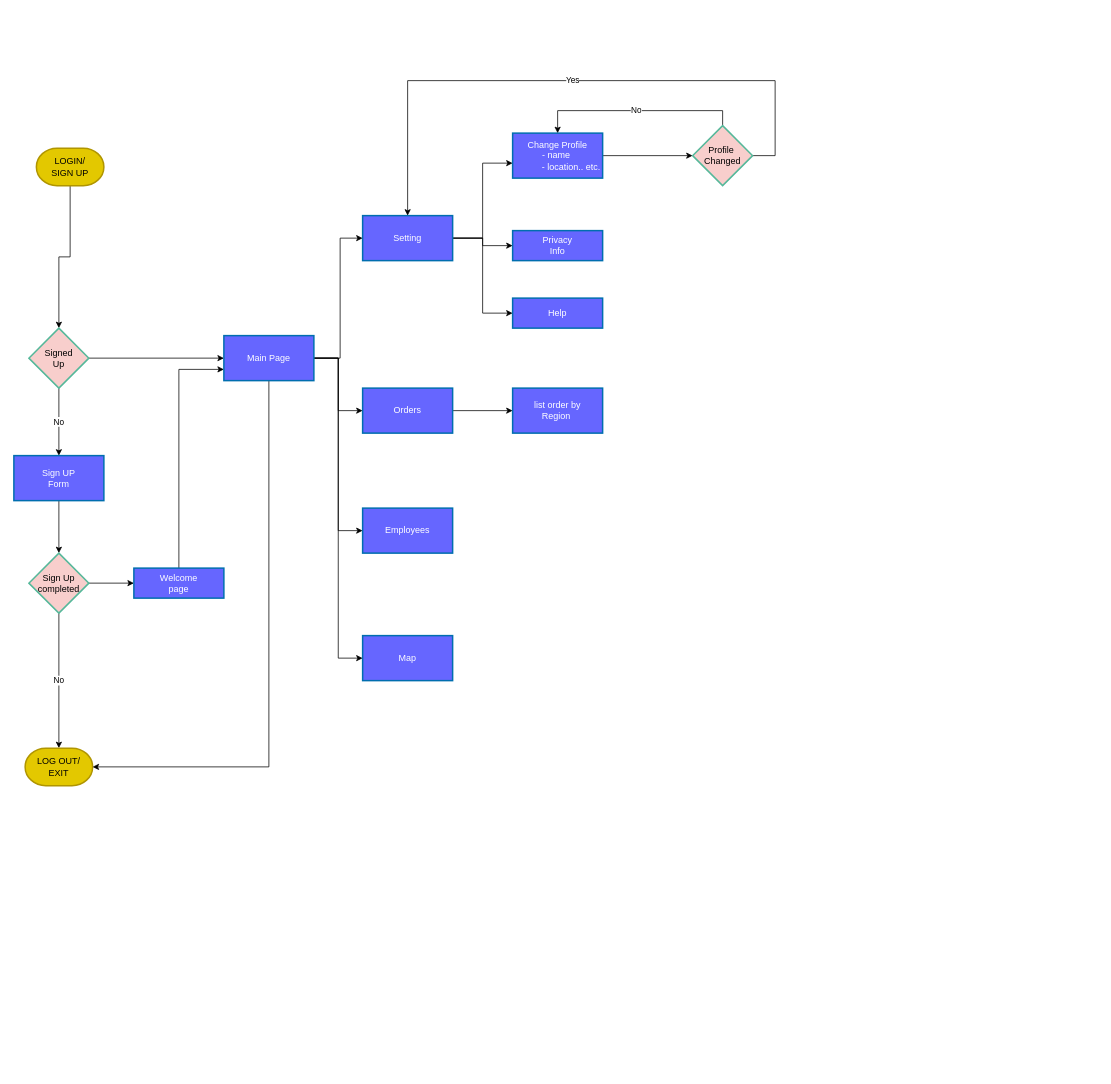
Before: designing files/manageruserflowchart.drawio in Amares03/MERKEB, a draw.io diagram. Source tidied: cells renumbered, new cells numbered last; positions are measured from the earlier drawing's top-left corner, leaving out a move shared by most shapes. Both pictures are drawn from the tidied source at 75%, with x=0, y=0 at pixel (14, 80).
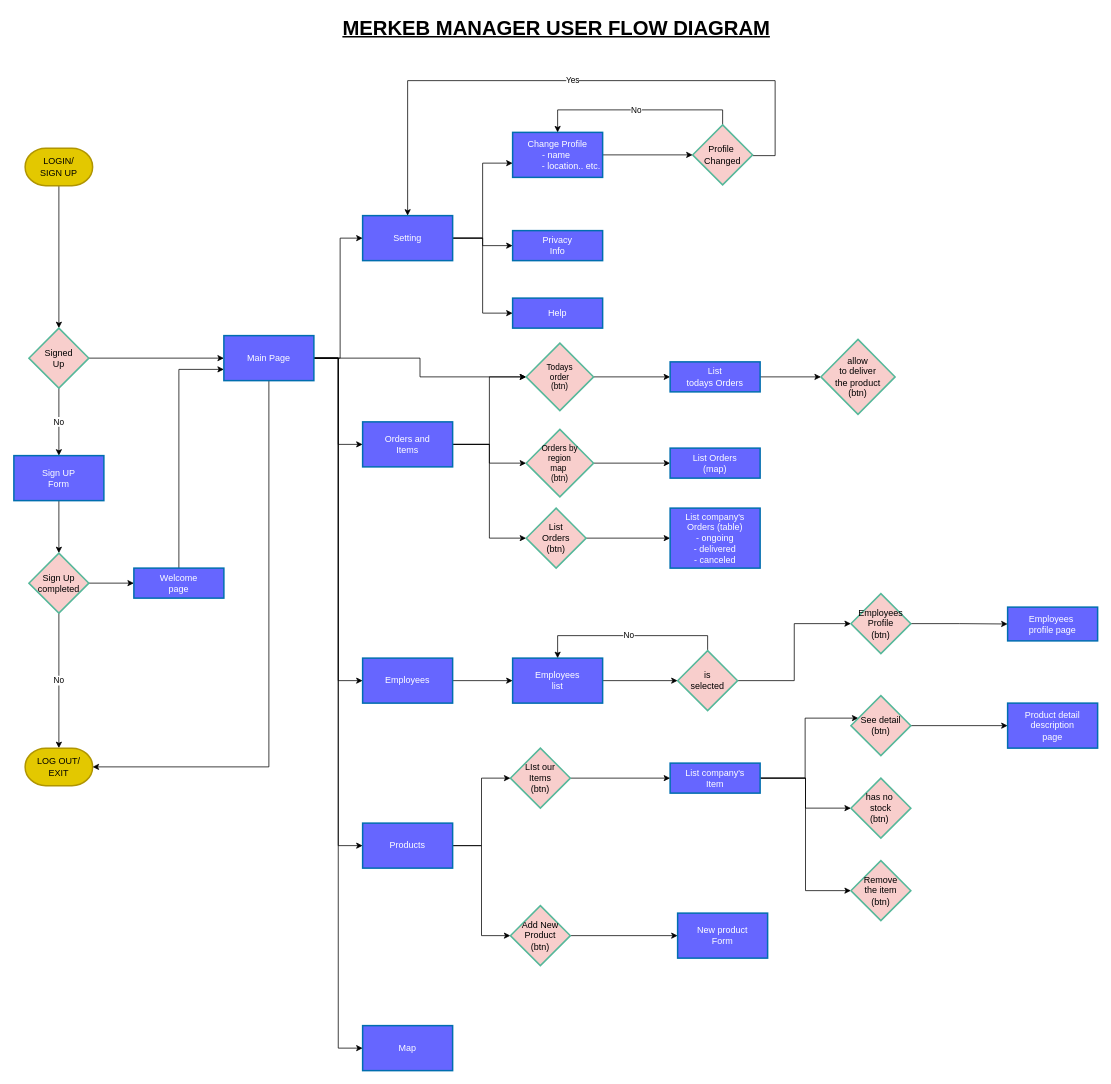
The same page after the edit.

Commit message (it also covers changes not shown here):
making flow chart diagrams which is customers managers employees diagram

Unchanged cells that the change refers to:
```xml
<mxCell id="22" value="Main Page" style="whiteSpace=wrap;html=1;fillColor=#6666FF;strokeColor=#006EAF;strokeWidth=2;fontColor=#ffffff;" parent="1" vertex="1">
  <mxGeometry x="280" y="340" width="120" height="60" as="geometry" />
</mxCell>
```

The edit, as a diff of the source:
```diff
@@
     <mxCell id="7" value="LOGIN/&lt;br&gt;SIGN UP" style="strokeWidth=2;html=1;shape=mxgraph.flowchart.terminator;whiteSpace=wrap;fillColor=#e3c800;fontColor=#000000;strokeColor=#B09500;" parent="1" vertex="1">
-      <mxGeometry x="30" y="90" width="90" height="50" as="geometry" />
+      <mxGeometry x="15" y="90" width="90" height="50" as="geometry" />
     </mxCell>
@@
+    <mxCell id="41" style="edgeStyle=orthogonalEdgeStyle;rounded=0;jettySize=auto;html=1;exitX=1;exitY=0.5;exitDx=0;exitDy=0;entryX=0;entryY=0.5;entryDx=0;entryDy=0;fontSize=11;" parent="1" edge="1" source="22" target="69">
+      <mxGeometry relative="1" as="geometry" />
+    </mxCell>
+    <mxCell id="42" style="edgeStyle=orthogonalEdgeStyle;rounded=0;jettySize=auto;html=1;exitX=1;exitY=0.5;exitDx=0;exitDy=0;fontSize=11;" parent="1" edge="1" source="22" target="78">
+      <mxGeometry relative="1" as="geometry" />
+    </mxCell>
@@
     <mxCell id="30" value="Change Profile&lt;br&gt;- name&amp;nbsp;&lt;br&gt;&amp;nbsp; &amp;nbsp; &amp;nbsp; &amp;nbsp; &amp;nbsp; &amp;nbsp;- location.. etc." style="whiteSpace=wrap;html=1;fillColor=#6666FF;strokeColor=#006EAF;fontColor=#ffffff;strokeWidth=2;" parent="1" vertex="1">
-      <mxGeometry x="665" y="70" width="120" height="60" as="geometry" />
+      <mxGeometry x="665" y="69" width="120" height="60" as="geometry" />
     </mxCell>
@@
     <mxCell id="33" value="Profile&amp;nbsp;&lt;br&gt;Changed" style="rhombus;whiteSpace=wrap;html=1;fillColor=#F8CECC;strokeColor=#55B89A;fontColor=default;strokeWidth=2;" parent="1" vertex="1">
-      <mxGeometry x="905" y="60" width="80" height="80" as="geometry" />
+      <mxGeometry x="905" y="59" width="80" height="80" as="geometry" />
     </mxCell>
@@
-    <mxCell id="36" style="edgeStyle=orthogonalEdgeStyle;rounded=0;jettySize=auto;html=1;" parent="1" edge="1" source="37" target="38">
-      <mxGeometry relative="1" as="geometry" />
-    </mxCell>
+    <mxCell id="43" style="edgeStyle=orthogonalEdgeStyle;rounded=0;jettySize=auto;html=1;exitX=1;exitY=0.5;exitDx=0;exitDy=0;" parent="1" edge="1" source="37" target="55">
+      <mxGeometry relative="1" as="geometry" />
+    </mxCell>
+    <mxCell id="44" style="edgeStyle=orthogonalEdgeStyle;rounded=0;jettySize=auto;html=1;exitX=1;exitY=0.5;exitDx=0;exitDy=0;entryX=0;entryY=0.5;entryDx=0;entryDy=0;fontSize=11;" parent="1" edge="1" source="37" target="57">
+      <mxGeometry relative="1" as="geometry" />
+    </mxCell>
+    <mxCell id="45" style="edgeStyle=orthogonalEdgeStyle;rounded=0;jettySize=auto;html=1;exitX=1;exitY=0.5;exitDx=0;exitDy=0;entryX=0;entryY=0.5;entryDx=0;entryDy=0;fontSize=11;" parent="1" edge="1" source="37" target="78">
+      <mxGeometry relative="1" as="geometry" />
+    </mxCell>
-    <mxCell id="37" value="Orders" style="whiteSpace=wrap;html=1;fillColor=#6666FF;strokeColor=#006EAF;fontColor=#ffffff;strokeWidth=2;" parent="1" vertex="1">
-      <mxGeometry x="465" y="410" width="120" height="60" as="geometry" />
+    <mxCell id="37" value="Orders and&lt;br&gt;Items" style="whiteSpace=wrap;html=1;fillColor=#6666FF;strokeColor=#006EAF;fontColor=#ffffff;strokeWidth=2;" parent="1" vertex="1">
+      <mxGeometry x="465" y="455" width="120" height="60" as="geometry" />
     </mxCell>
-    <mxCell id="38" value="list order by&lt;br&gt;Region&amp;nbsp;" style="whiteSpace=wrap;html=1;fillColor=#6666FF;strokeColor=#006EAF;fontColor=#ffffff;strokeWidth=2;" parent="1" vertex="1">
-      <mxGeometry x="665" y="410" width="120" height="60" as="geometry" />
-    </mxCell>
+    <mxCell id="46" style="edgeStyle=orthogonalEdgeStyle;rounded=0;jettySize=auto;html=1;fontSize=11;" parent="1" edge="1" source="39" target="61">
+      <mxGeometry relative="1" as="geometry" />
+    </mxCell>
     <mxCell id="39" value="Employees" style="whiteSpace=wrap;html=1;fillColor=#6666FF;strokeColor=#006EAF;fontColor=#ffffff;strokeWidth=2;" parent="1" vertex="1">
-      <mxGeometry x="465" y="570" width="120" height="60" as="geometry" />
+      <mxGeometry x="465" y="770" width="120" height="60" as="geometry" />
     </mxCell>
     <mxCell id="40" value="Map" style="whiteSpace=wrap;html=1;fillColor=#6666FF;strokeColor=#006EAF;fontColor=#ffffff;strokeWidth=2;" parent="1" vertex="1">
-      <mxGeometry x="465" y="740" width="120" height="60" as="geometry" />
+      <mxGeometry x="465" y="1260" width="120" height="60" as="geometry" />
     </mxCell>
+    <mxCell id="47" style="edgeStyle=orthogonalEdgeStyle;rounded=0;jettySize=auto;html=1;fontSize=11;" parent="1" edge="1" source="50" target="75">
+      <mxGeometry relative="1" as="geometry">
+        <Array as="points">
+          <mxPoint x="1055" y="930" />
+          <mxPoint x="1055" y="850" />
+        </Array>
+      </mxGeometry>
+    </mxCell>
+    <mxCell id="48" style="edgeStyle=orthogonalEdgeStyle;rounded=0;jettySize=auto;html=1;exitX=1;exitY=0.5;exitDx=0;exitDy=0;entryX=0;entryY=0.5;entryDx=0;entryDy=0;fontSize=11;" parent="1" edge="1" source="50" target="81">
+      <mxGeometry relative="1" as="geometry" />
+    </mxCell>
+    <mxCell id="49" style="edgeStyle=orthogonalEdgeStyle;rounded=0;jettySize=auto;html=1;exitX=1;exitY=0.5;exitDx=0;exitDy=0;entryX=0;entryY=0.5;entryDx=0;entryDy=0;fontSize=11;" parent="1" edge="1" source="50" target="82">
+      <mxGeometry relative="1" as="geometry" />
+    </mxCell>
+    <mxCell id="50" value="List company's&lt;br&gt;Item" style="whiteSpace=wrap;html=1;fillColor=#6666FF;strokeColor=#006EAF;fontColor=#ffffff;strokeWidth=2;" parent="1" vertex="1">
+      <mxGeometry x="875" y="910" width="120" height="40" as="geometry" />
+    </mxCell>
+    <mxCell id="51" value="allow&lt;br&gt;to deliver&lt;br&gt;the product&lt;br&gt;(btn)" style="rhombus;whiteSpace=wrap;html=1;fillColor=#F8CECC;strokeColor=#55B89A;fontColor=default;strokeWidth=2;" parent="1" vertex="1">
+      <mxGeometry x="1076" y="345" width="99" height="100" as="geometry" />
+    </mxCell>
+    <mxCell id="52" style="edgeStyle=orthogonalEdgeStyle;rounded=0;jettySize=auto;html=1;exitX=1;exitY=0.5;exitDx=0;exitDy=0;fontSize=11;" parent="1" edge="1" source="53" target="50">
+      <mxGeometry relative="1" as="geometry" />
+    </mxCell>
+    <mxCell id="53" value="LIst our&lt;br&gt;Items&lt;br&gt;(btn)" style="rhombus;whiteSpace=wrap;html=1;fillColor=#F8CECC;strokeColor=#55B89A;fontColor=default;strokeWidth=2;" parent="1" vertex="1">
+      <mxGeometry x="662" y="890" width="80" height="80" as="geometry" />
+    </mxCell>
+    <mxCell id="54" style="edgeStyle=orthogonalEdgeStyle;rounded=0;jettySize=auto;html=1;exitX=1;exitY=0.5;exitDx=0;exitDy=0;fontSize=11;" parent="1" edge="1" source="55" target="58">
+      <mxGeometry relative="1" as="geometry" />
+    </mxCell>
+    <mxCell id="55" value="Orders by&lt;br style=&quot;font-size: 11px;&quot;&gt;region&lt;br style=&quot;font-size: 11px;&quot;&gt;map&amp;nbsp;&lt;br style=&quot;font-size: 11px;&quot;&gt;(btn)" style="rhombus;whiteSpace=wrap;html=1;fillColor=#F8CECC;strokeColor=#55B89A;fontColor=default;strokeWidth=2;fontSize=11;" parent="1" vertex="1">
+      <mxGeometry x="683" y="465" width="90" height="90" as="geometry" />
+    </mxCell>
+    <mxCell id="56" style="edgeStyle=orthogonalEdgeStyle;rounded=0;jettySize=auto;html=1;exitX=1;exitY=0.5;exitDx=0;exitDy=0;fontSize=11;" parent="1" edge="1" source="57" target="59">
+      <mxGeometry relative="1" as="geometry" />
+    </mxCell>
+    <mxCell id="57" value="List&lt;br&gt;Orders&lt;br&gt;(btn)" style="rhombus;whiteSpace=wrap;html=1;fillColor=#F8CECC;strokeColor=#55B89A;fontColor=default;strokeWidth=2;" parent="1" vertex="1">
+      <mxGeometry x="683" y="570" width="80" height="80" as="geometry" />
+    </mxCell>
+    <mxCell id="58" value="List Orders&lt;br&gt;(map)" style="whiteSpace=wrap;html=1;fillColor=#6666FF;strokeColor=#006EAF;fontColor=#ffffff;strokeWidth=2;" parent="1" vertex="1">
+      <mxGeometry x="875" y="490" width="120" height="40" as="geometry" />
+    </mxCell>
+    <mxCell id="59" value="List company's&lt;br&gt;Orders (table)&lt;br&gt;- ongoing&lt;br&gt;- delivered&lt;br&gt;- canceled" style="whiteSpace=wrap;html=1;fillColor=#6666FF;strokeColor=#006EAF;fontColor=#ffffff;strokeWidth=2;" parent="1" vertex="1">
+      <mxGeometry x="875" y="570" width="120" height="80" as="geometry" />
+    </mxCell>
+    <mxCell id="60" style="edgeStyle=orthogonalEdgeStyle;rounded=0;jettySize=auto;html=1;fontSize=11;" parent="1" edge="1" source="61" target="64">
+      <mxGeometry relative="1" as="geometry" />
+    </mxCell>
+    <mxCell id="61" value="Employees&lt;br&gt;list" style="whiteSpace=wrap;html=1;fillColor=#6666FF;strokeColor=#006EAF;fontColor=#ffffff;strokeWidth=2;" parent="1" vertex="1">
+      <mxGeometry x="665" y="770" width="120" height="60" as="geometry" />
+    </mxCell>
+    <mxCell id="62" value="No" style="edgeStyle=orthogonalEdgeStyle;rounded=0;jettySize=auto;html=1;exitX=0.5;exitY=0;exitDx=0;exitDy=0;entryX=0.5;entryY=0;entryDx=0;entryDy=0;fontSize=11;" parent="1" edge="1" source="64" target="61">
+      <mxGeometry relative="1" as="geometry" />
+    </mxCell>
+    <mxCell id="63" style="edgeStyle=orthogonalEdgeStyle;rounded=0;jettySize=auto;html=1;fontSize=11;" parent="1" edge="1" source="64" target="66">
+      <mxGeometry relative="1" as="geometry" />
+    </mxCell>
+    <mxCell id="64" value="is &lt;br&gt;selected" style="rhombus;whiteSpace=wrap;html=1;fillColor=#F8CECC;strokeColor=#55B89A;fontColor=default;strokeWidth=2;" parent="1" vertex="1">
+      <mxGeometry x="885" y="760" width="80" height="80" as="geometry" />
+    </mxCell>
+    <mxCell id="65" style="edgeStyle=orthogonalEdgeStyle;rounded=0;jettySize=auto;html=1;fontSize=11;" parent="1" edge="1" source="66" target="73">
+      <mxGeometry relative="1" as="geometry" />
+    </mxCell>
+    <mxCell id="66" value="Employees&lt;br&gt;Profile&lt;br&gt;(btn)" style="rhombus;whiteSpace=wrap;html=1;fillColor=#F8CECC;strokeColor=#55B89A;fontColor=default;strokeWidth=2;" parent="1" vertex="1">
+      <mxGeometry x="1116" y="684" width="80" height="80" as="geometry" />
+    </mxCell>
+    <mxCell id="67" style="edgeStyle=orthogonalEdgeStyle;rounded=0;jettySize=auto;html=1;exitX=1;exitY=0.5;exitDx=0;exitDy=0;entryX=0;entryY=0.5;entryDx=0;entryDy=0;fontSize=11;" parent="1" edge="1" source="69" target="53">
+      <mxGeometry relative="1" as="geometry" />
+    </mxCell>
+    <mxCell id="68" style="edgeStyle=orthogonalEdgeStyle;rounded=0;jettySize=auto;html=1;exitX=1;exitY=0.5;exitDx=0;exitDy=0;entryX=0;entryY=0.5;entryDx=0;entryDy=0;fontSize=11;" parent="1" edge="1" source="69" target="71">
+      <mxGeometry relative="1" as="geometry" />
+    </mxCell>
+    <mxCell id="69" value="Products" style="whiteSpace=wrap;html=1;fillColor=#6666FF;strokeColor=#006EAF;fontColor=#ffffff;strokeWidth=2;" parent="1" vertex="1">
+      <mxGeometry x="465" y="990" width="120" height="60" as="geometry" />
+    </mxCell>
+    <mxCell id="70" style="edgeStyle=orthogonalEdgeStyle;rounded=0;jettySize=auto;html=1;fontSize=11;" parent="1" edge="1" source="71" target="72">
+      <mxGeometry relative="1" as="geometry" />
+    </mxCell>
+    <mxCell id="71" value="Add New&lt;br&gt;Product&lt;br&gt;(btn)" style="rhombus;whiteSpace=wrap;html=1;fillColor=#F8CECC;strokeColor=#55B89A;fontColor=default;strokeWidth=2;" parent="1" vertex="1">
+      <mxGeometry x="662" y="1100" width="80" height="80" as="geometry" />
+    </mxCell>
+    <mxCell id="72" value="New product&lt;br&gt;Form" style="whiteSpace=wrap;html=1;fillColor=#6666FF;strokeColor=#006EAF;strokeWidth=2;fontColor=#ffffff;" parent="1" vertex="1">
+      <mxGeometry x="885" y="1110" width="120" height="60" as="geometry" />
+    </mxCell>
+    <mxCell id="73" value="Employees&amp;nbsp;&lt;br&gt;profile page" style="whiteSpace=wrap;html=1;fillColor=#6666FF;strokeColor=#006EAF;strokeWidth=2;fontColor=#ffffff;" parent="1" vertex="1">
+      <mxGeometry x="1325" y="702" width="120" height="45" as="geometry" />
+    </mxCell>
+    <mxCell id="74" style="edgeStyle=orthogonalEdgeStyle;rounded=0;jettySize=auto;html=1;fontSize=11;" parent="1" edge="1" source="75" target="76">
+      <mxGeometry relative="1" as="geometry" />
+    </mxCell>
+    <mxCell id="75" value="See detail&lt;br&gt;(btn)" style="rhombus;whiteSpace=wrap;html=1;fillColor=#F8CECC;strokeColor=#55B89A;fontColor=default;strokeWidth=2;" parent="1" vertex="1">
+      <mxGeometry x="1116" y="820" width="80" height="80" as="geometry" />
+    </mxCell>
+    <mxCell id="76" value="Product detail&lt;br&gt;description&lt;br&gt;page" style="whiteSpace=wrap;html=1;fillColor=#6666FF;strokeColor=#006EAF;strokeWidth=2;fontColor=#ffffff;" parent="1" vertex="1">
+      <mxGeometry x="1325" y="830" width="120" height="60" as="geometry" />
+    </mxCell>
+    <mxCell id="77" style="edgeStyle=orthogonalEdgeStyle;rounded=0;jettySize=auto;html=1;exitX=1;exitY=0.5;exitDx=0;exitDy=0;entryX=0;entryY=0.5;entryDx=0;entryDy=0;fontSize=11;" parent="1" edge="1" source="78" target="80">
+      <mxGeometry relative="1" as="geometry" />
+    </mxCell>
+    <mxCell id="78" value="Todays&lt;br&gt;order&lt;br&gt;(btn)" style="rhombus;whiteSpace=wrap;html=1;fillColor=#F8CECC;strokeColor=#55B89A;fontColor=default;strokeWidth=2;fontSize=11;" parent="1" vertex="1">
+      <mxGeometry x="683" y="350" width="90" height="90" as="geometry" />
+    </mxCell>
+    <mxCell id="79" style="edgeStyle=orthogonalEdgeStyle;rounded=0;jettySize=auto;html=1;exitX=1;exitY=0.5;exitDx=0;exitDy=0;entryX=0;entryY=0.5;entryDx=0;entryDy=0;fontSize=11;" parent="1" edge="1" source="80" target="51">
+      <mxGeometry relative="1" as="geometry" />
+    </mxCell>
+    <mxCell id="80" value="List &lt;br&gt;todays Orders&lt;br&gt;" style="whiteSpace=wrap;html=1;fillColor=#6666FF;strokeColor=#006EAF;fontColor=#ffffff;strokeWidth=2;" parent="1" vertex="1">
+      <mxGeometry x="875" y="375" width="120" height="40" as="geometry" />
+    </mxCell>
+    <mxCell id="81" value="has no&amp;nbsp;&lt;br&gt;stock&lt;br&gt;(btn)&amp;nbsp;" style="rhombus;whiteSpace=wrap;html=1;fillColor=#F8CECC;strokeColor=#55B89A;fontColor=default;strokeWidth=2;" parent="1" vertex="1">
+      <mxGeometry x="1116" y="930" width="80" height="80" as="geometry" />
+    </mxCell>
+    <mxCell id="82" value="Remove&lt;br&gt;the item&lt;br&gt;(btn)" style="rhombus;whiteSpace=wrap;html=1;fillColor=#F8CECC;strokeColor=#55B89A;fontColor=default;strokeWidth=2;" parent="1" vertex="1">
+      <mxGeometry x="1116" y="1040" width="80" height="80" as="geometry" />
+    </mxCell>
+    <mxCell id="83" value="MERKEB MANAGER USER FLOW DIAGRAM" style="text;html=1;align=center;verticalAlign=middle;strokeColor=none;fillColor=none;fontSize=27;strokeWidth=4;fontStyle=5;" parent="1" vertex="1">
+      <mxGeometry x="428" y="-90" width="590" height="40" as="geometry" />
+    </mxCell>
```
